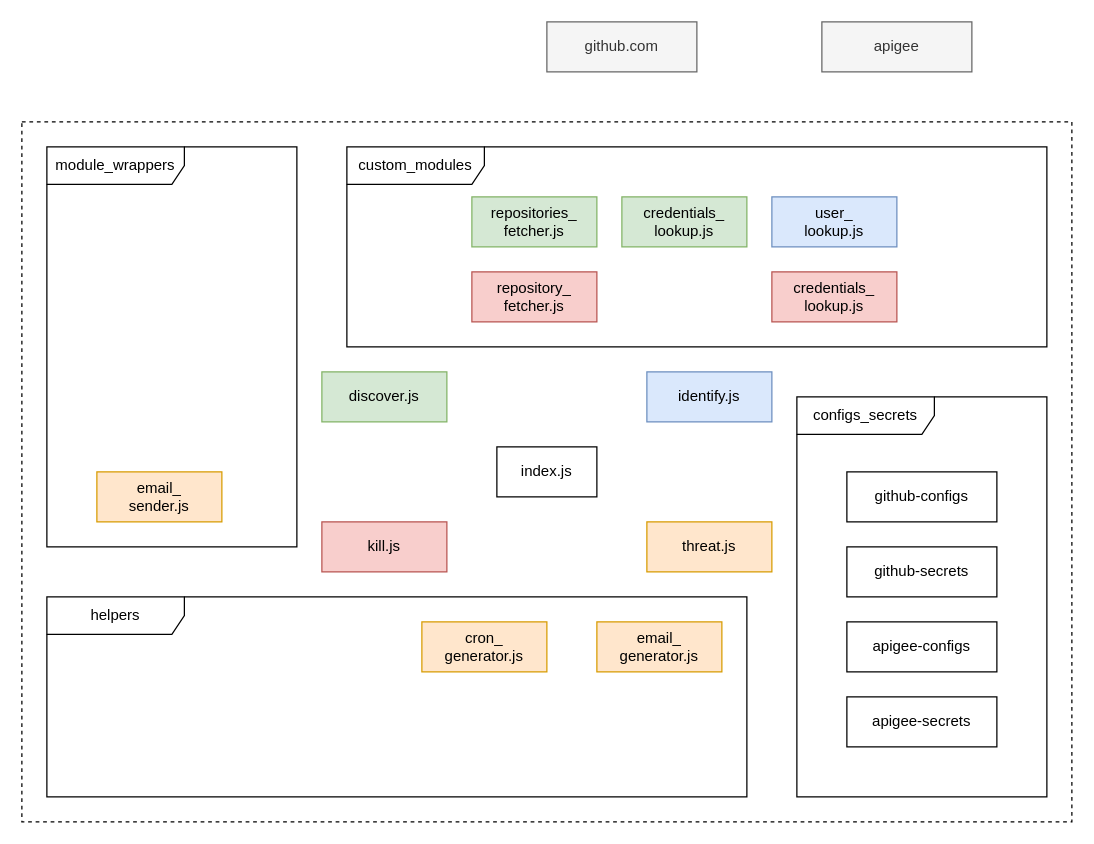
The draw.io diagram page "modular-architecture" (2 of 2) of a4d/github-leaked-creds.drawio in akshitsingla/drawio-diagrams, before the edit. Source tidied: cells renumbered, new cells numbered last; positions are measured from the earlier drawing's top-left corner, leaving out a move shared by most shapes. Both pictures are drawn from the tidied source at 125%, with x=0, y=0 at pixel (21, 21).
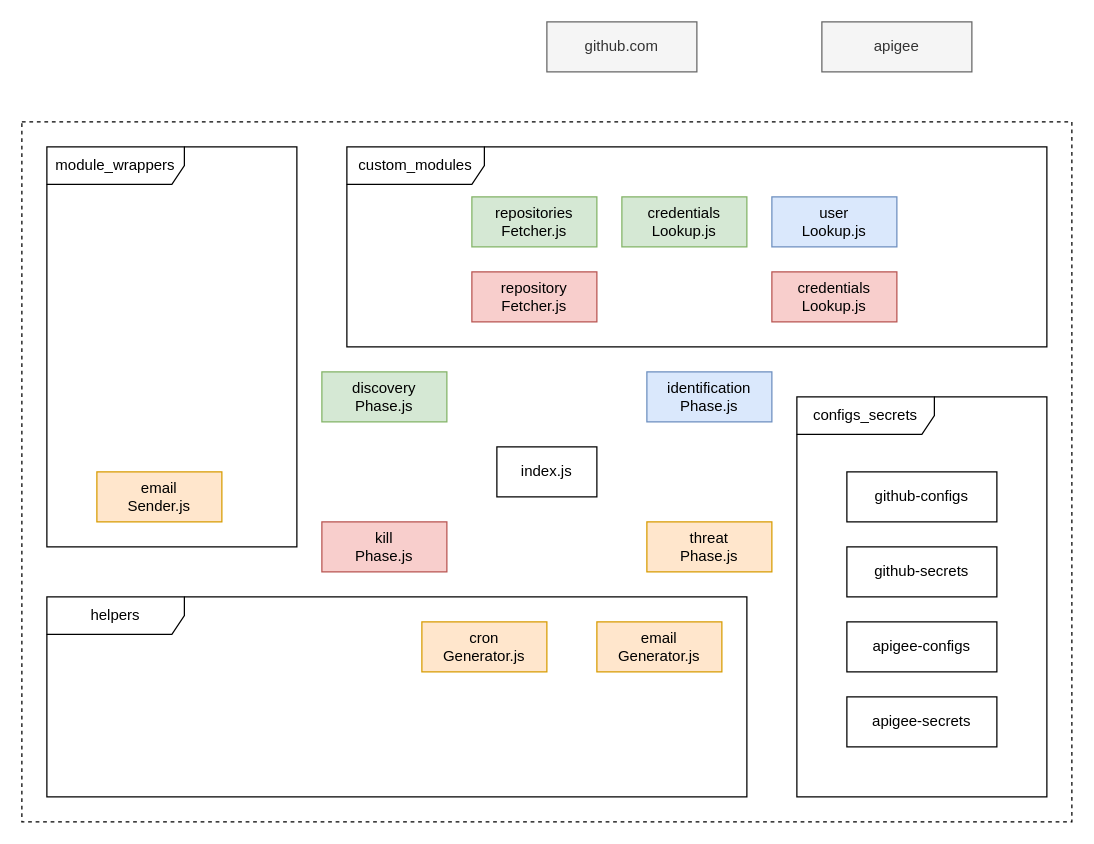
Above is the later version.

Change to the diagram source:
```diff
@@
-    <mxCell id="10" value="discover.js" style="rounded=0;whiteSpace=wrap;html=1;fillColor=#d5e8d4;strokeColor=#82b366;" parent="1" vertex="1">
+    <mxCell id="10" value="discovery&lt;br&gt;Phase.js" style="rounded=0;whiteSpace=wrap;html=1;fillColor=#d5e8d4;strokeColor=#82b366;" parent="1" vertex="1">
       <mxGeometry x="240" y="280" width="100" height="40" as="geometry" />
     </mxCell>
-    <mxCell id="11" value="identify.js" style="rounded=0;whiteSpace=wrap;html=1;fillColor=#dae8fc;strokeColor=#6c8ebf;" parent="1" vertex="1">
+    <mxCell id="11" value="identification&lt;br&gt;Phase.js" style="rounded=0;whiteSpace=wrap;html=1;fillColor=#dae8fc;strokeColor=#6c8ebf;" parent="1" vertex="1">
       <mxGeometry x="500" y="280" width="100" height="40" as="geometry" />
     </mxCell>
-    <mxCell id="12" value="threat.js" style="rounded=0;whiteSpace=wrap;html=1;fillColor=#ffe6cc;strokeColor=#d79b00;" parent="1" vertex="1">
+    <mxCell id="12" value="threat&lt;br&gt;Phase.js" style="rounded=0;whiteSpace=wrap;html=1;fillColor=#ffe6cc;strokeColor=#d79b00;" parent="1" vertex="1">
       <mxGeometry x="500" y="400" width="100" height="40" as="geometry" />
     </mxCell>
-    <mxCell id="13" value="kill.js" style="rounded=0;whiteSpace=wrap;html=1;fillColor=#f8cecc;strokeColor=#b85450;" parent="1" vertex="1">
+    <mxCell id="13" value="kill&lt;br&gt;Phase.js" style="rounded=0;whiteSpace=wrap;html=1;fillColor=#f8cecc;strokeColor=#b85450;" parent="1" vertex="1">
       <mxGeometry x="240" y="400" width="100" height="40" as="geometry" />
     </mxCell>
@@
-    <mxCell id="18" value="repositories_&lt;br&gt;fetcher.js" style="rounded=0;whiteSpace=wrap;html=1;fillColor=#d5e8d4;strokeColor=#82b366;" parent="1" vertex="1">
+    <mxCell id="18" value="repositories&lt;br&gt;Fetcher.js" style="rounded=0;whiteSpace=wrap;html=1;fillColor=#d5e8d4;strokeColor=#82b366;" parent="1" vertex="1">
       <mxGeometry x="360" y="140" width="100" height="40" as="geometry" />
     </mxCell>
-    <mxCell id="19" value="credentials_&lt;br&gt;lookup.js" style="rounded=0;whiteSpace=wrap;html=1;fillColor=#d5e8d4;strokeColor=#82b366;" parent="1" vertex="1">
+    <mxCell id="19" value="credentials&lt;br&gt;Lookup.js" style="rounded=0;whiteSpace=wrap;html=1;fillColor=#d5e8d4;strokeColor=#82b366;" parent="1" vertex="1">
       <mxGeometry x="480" y="140" width="100" height="40" as="geometry" />
     </mxCell>
-    <mxCell id="20" value="user_&lt;br&gt;lookup.js" style="rounded=0;whiteSpace=wrap;html=1;fillColor=#dae8fc;strokeColor=#6c8ebf;" parent="1" vertex="1">
+    <mxCell id="20" value="user&lt;br&gt;Lookup.js" style="rounded=0;whiteSpace=wrap;html=1;fillColor=#dae8fc;strokeColor=#6c8ebf;" parent="1" vertex="1">
       <mxGeometry x="600" y="140" width="100" height="40" as="geometry" />
     </mxCell>
-    <mxCell id="21" value="email_&lt;br&gt;generator.js" style="rounded=0;whiteSpace=wrap;html=1;fillColor=#ffe6cc;strokeColor=#d79b00;" parent="1" vertex="1">
+    <mxCell id="21" value="email&lt;br&gt;Generator.js" style="rounded=0;whiteSpace=wrap;html=1;fillColor=#ffe6cc;strokeColor=#d79b00;" parent="1" vertex="1">
       <mxGeometry x="460" y="480" width="100" height="40" as="geometry" />
     </mxCell>
-    <mxCell id="22" value="email_&lt;br&gt;sender.js" style="rounded=0;whiteSpace=wrap;html=1;fillColor=#ffe6cc;strokeColor=#d79b00;" parent="1" vertex="1">
+    <mxCell id="22" value="email&lt;br&gt;Sender.js" style="rounded=0;whiteSpace=wrap;html=1;fillColor=#ffe6cc;strokeColor=#d79b00;" parent="1" vertex="1">
       <mxGeometry x="60" y="360" width="100" height="40" as="geometry" />
     </mxCell>
-    <mxCell id="23" value="cron_&lt;br&gt;generator.js" style="rounded=0;whiteSpace=wrap;html=1;fillColor=#ffe6cc;strokeColor=#d79b00;" parent="1" vertex="1">
+    <mxCell id="23" value="cron&lt;br&gt;Generator.js" style="rounded=0;whiteSpace=wrap;html=1;fillColor=#ffe6cc;strokeColor=#d79b00;" parent="1" vertex="1">
       <mxGeometry x="320" y="480" width="100" height="40" as="geometry" />
     </mxCell>
-    <mxCell id="24" value="repository_&lt;br&gt;fetcher.js" style="rounded=0;whiteSpace=wrap;html=1;fillColor=#f8cecc;strokeColor=#b85450;" parent="1" vertex="1">
+    <mxCell id="24" value="repository&lt;br&gt;Fetcher.js" style="rounded=0;whiteSpace=wrap;html=1;fillColor=#f8cecc;strokeColor=#b85450;" parent="1" vertex="1">
       <mxGeometry x="360" y="200" width="100" height="40" as="geometry" />
     </mxCell>
-    <mxCell id="25" value="credentials_&lt;br&gt;lookup.js" style="rounded=0;whiteSpace=wrap;html=1;fillColor=#f8cecc;strokeColor=#b85450;" parent="1" vertex="1">
+    <mxCell id="25" value="credentials&lt;br&gt;Lookup.js" style="rounded=0;whiteSpace=wrap;html=1;fillColor=#f8cecc;strokeColor=#b85450;" parent="1" vertex="1">
       <mxGeometry x="600" y="200" width="100" height="40" as="geometry" />
     </mxCell>
```
